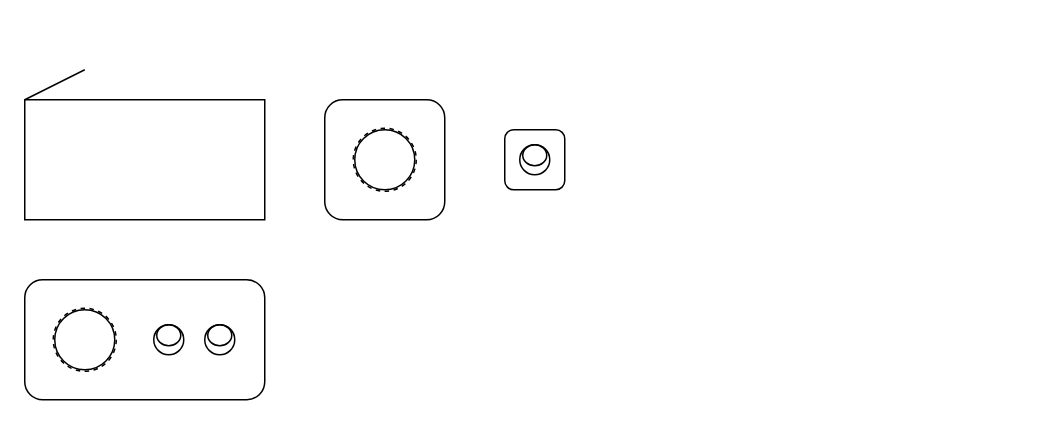
The draw.io diagram led-wiring.drawio in vinas94/drawio, before the edit. Source tidied: cells renumbered, new cells numbered last; positions are measured from the earlier drawing's top-left corner, leaving out a move shared by most shapes. Both pictures are drawn from the tidied source at 150%, with x=0, y=0 at pixel (24, 69).
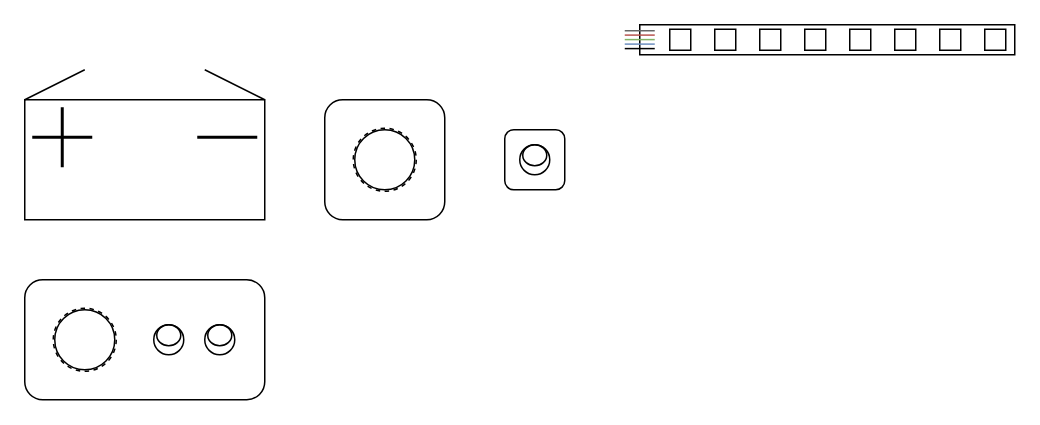
Above is the later version.

Unchanged cells that the change refers to:
```xml
<mxCell id="3" style="rounded=0;whiteSpace=wrap;html=1;" parent="1" vertex="1">
  <mxGeometry y="20" width="160" height="80" as="geometry" />
</mxCell>
```

Diff of the diagram source:
```diff
@@
+    <mxCell id="19" style="endArrow=none;html=1;rounded=0;entryX=1;entryY=0;entryDx=0;entryDy=0;" parent="1" edge="1" target="3">
+      <mxGeometry relative="1" as="geometry">
+        <mxPoint x="120" as="sourcePoint" />
+      </mxGeometry>
+    </mxCell>
+    <mxCell id="20" style="endArrow=none;html=1;rounded=0;strokeWidth=2;" parent="1" edge="1">
+      <mxGeometry relative="1" as="geometry">
+        <mxPoint x="5" y="45" as="sourcePoint" />
+        <mxPoint x="45" y="45" as="targetPoint" />
+      </mxGeometry>
+    </mxCell>
+    <mxCell id="21" style="endArrow=none;html=1;rounded=0;strokeWidth=2;" parent="1" edge="1">
+      <mxGeometry relative="1" as="geometry">
+        <mxPoint x="25" y="65" as="sourcePoint" />
+        <mxPoint x="25" y="25" as="targetPoint" />
+      </mxGeometry>
+    </mxCell>
+    <mxCell id="22" style="endArrow=none;html=1;rounded=0;strokeWidth=2;" parent="1" edge="1">
+      <mxGeometry relative="1" as="geometry">
+        <mxPoint x="115" y="45" as="sourcePoint" />
+        <mxPoint x="155" y="45" as="targetPoint" />
+      </mxGeometry>
+    </mxCell>
+    <mxCell id="23" style="group;" parent="1" vertex="1">
+      <mxGeometry x="400" y="-30" width="260" height="20" as="geometry" />
+    </mxCell>
+    <mxCell id="24" style="rounded=0;whiteSpace=wrap;html=1;" parent="23" vertex="1">
+      <mxGeometry x="10" width="250" height="20" as="geometry" />
+    </mxCell>
+    <mxCell id="25" style="rounded=0;whiteSpace=wrap;html=1;strokeColor=default;align=center;verticalAlign=middle;fontFamily=Helvetica;fontSize=12;fontColor=default;fillColor=default;" parent="23" vertex="1">
+      <mxGeometry x="240" y="3" width="14" height="14" as="geometry" />
+    </mxCell>
+    <mxCell id="26" style="rounded=0;whiteSpace=wrap;html=1;strokeColor=default;align=center;verticalAlign=middle;fontFamily=Helvetica;fontSize=12;fontColor=default;fillColor=default;" parent="23" vertex="1">
+      <mxGeometry x="210" y="3" width="14" height="14" as="geometry" />
+    </mxCell>
+    <mxCell id="27" style="rounded=0;whiteSpace=wrap;html=1;strokeColor=default;align=center;verticalAlign=middle;fontFamily=Helvetica;fontSize=12;fontColor=default;fillColor=default;" parent="23" vertex="1">
+      <mxGeometry x="180" y="3" width="14" height="14" as="geometry" />
+    </mxCell>
+    <mxCell id="28" style="rounded=0;whiteSpace=wrap;html=1;strokeColor=default;align=center;verticalAlign=middle;fontFamily=Helvetica;fontSize=12;fontColor=default;fillColor=default;" parent="23" vertex="1">
+      <mxGeometry x="150" y="3" width="14" height="14" as="geometry" />
+    </mxCell>
+    <mxCell id="29" style="rounded=0;whiteSpace=wrap;html=1;strokeColor=default;align=center;verticalAlign=middle;fontFamily=Helvetica;fontSize=12;fontColor=default;fillColor=default;" parent="23" vertex="1">
+      <mxGeometry x="120" y="3" width="14" height="14" as="geometry" />
+    </mxCell>
+    <mxCell id="30" style="rounded=0;whiteSpace=wrap;html=1;strokeColor=default;align=center;verticalAlign=middle;fontFamily=Helvetica;fontSize=12;fontColor=default;fillColor=default;" parent="23" vertex="1">
+      <mxGeometry x="90" y="3" width="14" height="14" as="geometry" />
+    </mxCell>
+    <mxCell id="31" style="rounded=0;whiteSpace=wrap;html=1;strokeColor=default;align=center;verticalAlign=middle;fontFamily=Helvetica;fontSize=12;fontColor=default;fillColor=default;" parent="23" vertex="1">
+      <mxGeometry x="60" y="3" width="14" height="14" as="geometry" />
+    </mxCell>
+    <mxCell id="32" style="rounded=0;whiteSpace=wrap;html=1;strokeColor=default;align=center;verticalAlign=middle;fontFamily=Helvetica;fontSize=12;fontColor=default;fillColor=default;" parent="23" vertex="1">
+      <mxGeometry x="30" y="3" width="14" height="14" as="geometry" />
+    </mxCell>
+    <mxCell id="33" style="endArrow=none;html=1;rounded=0;fontFamily=Helvetica;fontSize=12;fontColor=default;fillColor=#f5f5f5;strokeColor=#666666;" parent="23" edge="1">
+      <mxGeometry relative="1" as="geometry">
+        <mxPoint x="20" y="4" as="sourcePoint" />
+        <mxPoint y="4" as="targetPoint" />
+      </mxGeometry>
+    </mxCell>
+    <mxCell id="34" style="endArrow=none;html=1;rounded=0;fontFamily=Helvetica;fontSize=12;fontColor=default;fillColor=#d5e8d4;strokeColor=#82b366;" parent="23" edge="1">
+      <mxGeometry relative="1" as="geometry">
+        <mxPoint x="20" y="9.9" as="sourcePoint" />
+        <mxPoint y="9.9" as="targetPoint" />
+      </mxGeometry>
+    </mxCell>
+    <mxCell id="35" style="endArrow=none;html=1;rounded=0;fontFamily=Helvetica;fontSize=12;fontColor=default;" parent="23" edge="1">
+      <mxGeometry relative="1" as="geometry">
+        <mxPoint x="20" y="15.9" as="sourcePoint" />
+        <mxPoint y="15.9" as="targetPoint" />
+      </mxGeometry>
+    </mxCell>
+    <mxCell id="36" style="endArrow=none;html=1;rounded=0;fontFamily=Helvetica;fontSize=12;fontColor=default;fillColor=#dae8fc;strokeColor=#6c8ebf;" parent="23" edge="1">
+      <mxGeometry relative="1" as="geometry">
+        <mxPoint x="20" y="12.9" as="sourcePoint" />
+        <mxPoint y="12.9" as="targetPoint" />
+      </mxGeometry>
+    </mxCell>
+    <mxCell id="37" style="endArrow=none;html=1;rounded=0;fontFamily=Helvetica;fontSize=12;fontColor=default;fillColor=#f8cecc;strokeColor=#b85450;" parent="23" edge="1">
+      <mxGeometry relative="1" as="geometry">
+        <mxPoint x="20" y="6.9" as="sourcePoint" />
+        <mxPoint y="6.9" as="targetPoint" />
+      </mxGeometry>
+    </mxCell>
```
